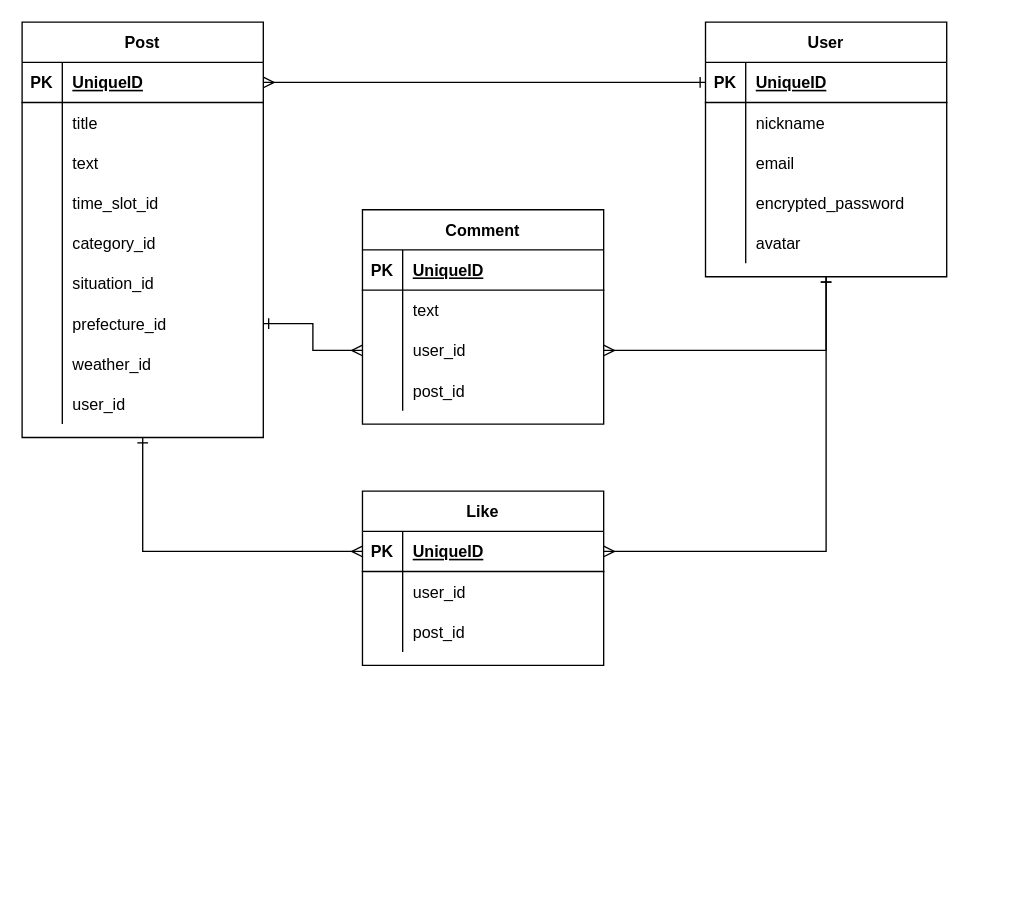
This is Better.dio from oak1331/Better, a draw.io file, before an edit. Source tidied: cells renumbered, new cells numbered last; positions are measured from the earlier drawing's top-left corner, leaving out a move shared by most shapes. Both pictures are drawn from the tidied source at 134%, with x=0, y=0 at pixel (21, 21).
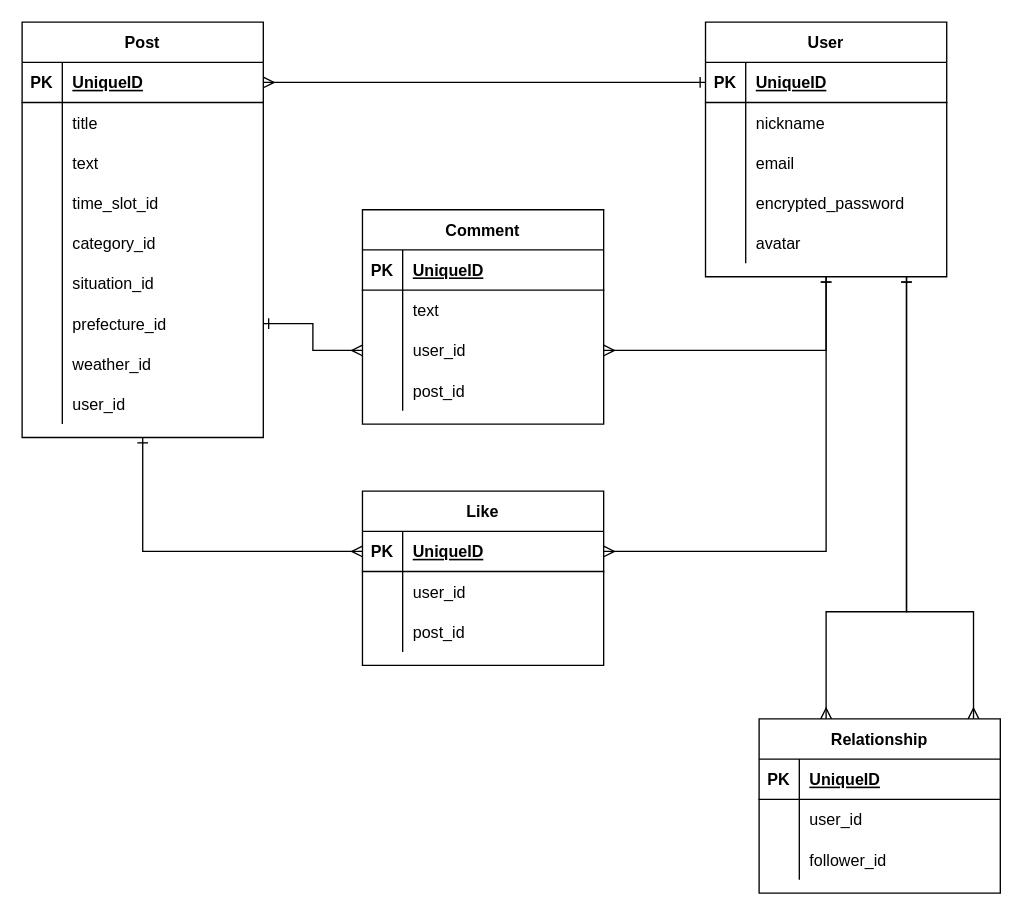
Above is the later version.

What changed in the source:
```diff
@@
+    <mxCell id="74" style="edgeStyle=orthogonalEdgeStyle;rounded=0;jettySize=auto;html=1;endArrow=ERone;endFill=0;startArrow=ERmany;startFill=0;" parent="1" edge="1" source="76">
+      <mxGeometry relative="1" as="geometry">
+        <mxPoint x="660" y="190" as="targetPoint" />
+        <Array as="points">
+          <mxPoint x="600" y="440" />
+          <mxPoint x="660" y="440" />
+        </Array>
+      </mxGeometry>
+    </mxCell>
+    <mxCell id="75" style="edgeStyle=orthogonalEdgeStyle;rounded=0;jettySize=auto;html=1;startArrow=ERmany;startFill=0;endArrow=ERone;endFill=0;" parent="1" edge="1" source="76">
+      <mxGeometry relative="1" as="geometry">
+        <mxPoint x="660" y="190" as="targetPoint" />
+        <Array as="points">
+          <mxPoint x="710" y="440" />
+          <mxPoint x="660" y="440" />
+        </Array>
+      </mxGeometry>
+    </mxCell>
+    <mxCell id="76" value="Relationship" style="shape=table;startSize=30;childLayout=tableLayout;rowLines=0;fontStyle=1;align=center;" parent="1" vertex="1">
+      <mxGeometry x="550" y="520" width="180" height="130" as="geometry" />
+    </mxCell>
+    <mxCell id="77" style="shape=partialRectangle;fillColor=none;top=0;left=0;bottom=1;right=0;" parent="76" vertex="1">
+      <mxGeometry y="30" width="180" height="30" as="geometry" />
+    </mxCell>
+    <mxCell id="78" value="PK" style="shape=partialRectangle;fillColor=none;top=0;left=0;bottom=0;right=0;fontStyle=1;overflow=hidden;" parent="77" vertex="1">
+      <mxGeometry width="30" height="30" as="geometry" />
+    </mxCell>
+    <mxCell id="79" value="UniqueID" style="shape=partialRectangle;fillColor=none;top=0;left=0;bottom=0;right=0;align=left;spacingLeft=6;fontStyle=5;overflow=hidden;" parent="77" vertex="1">
+      <mxGeometry x="30" width="150" height="30" as="geometry" />
+    </mxCell>
+    <mxCell id="80" style="shape=partialRectangle;fillColor=none;top=0;left=0;bottom=0;right=0;" parent="76" vertex="1">
+      <mxGeometry y="60" width="180" height="30" as="geometry" />
+    </mxCell>
+    <mxCell id="81" style="shape=partialRectangle;fillColor=none;top=0;left=0;bottom=0;right=0;overflow=hidden;" parent="80" vertex="1">
+      <mxGeometry width="30" height="30" as="geometry" />
+    </mxCell>
+    <mxCell id="82" value="user_id" style="shape=partialRectangle;fillColor=none;top=0;left=0;bottom=0;right=0;align=left;spacingLeft=6;overflow=hidden;" parent="80" vertex="1">
+      <mxGeometry x="30" width="150" height="30" as="geometry" />
+    </mxCell>
+    <mxCell id="83" style="shape=partialRectangle;fillColor=none;top=0;left=0;bottom=0;right=0;" parent="76" vertex="1">
+      <mxGeometry y="90" width="180" height="30" as="geometry" />
+    </mxCell>
+    <mxCell id="84" style="shape=partialRectangle;fillColor=none;top=0;left=0;bottom=0;right=0;overflow=hidden;" parent="83" vertex="1">
+      <mxGeometry width="30" height="30" as="geometry" />
+    </mxCell>
+    <mxCell id="85" value="follower_id" style="shape=partialRectangle;fillColor=none;top=0;left=0;bottom=0;right=0;align=left;spacingLeft=6;overflow=hidden;" parent="83" vertex="1">
+      <mxGeometry x="30" width="150" height="30" as="geometry" />
+    </mxCell>
```
